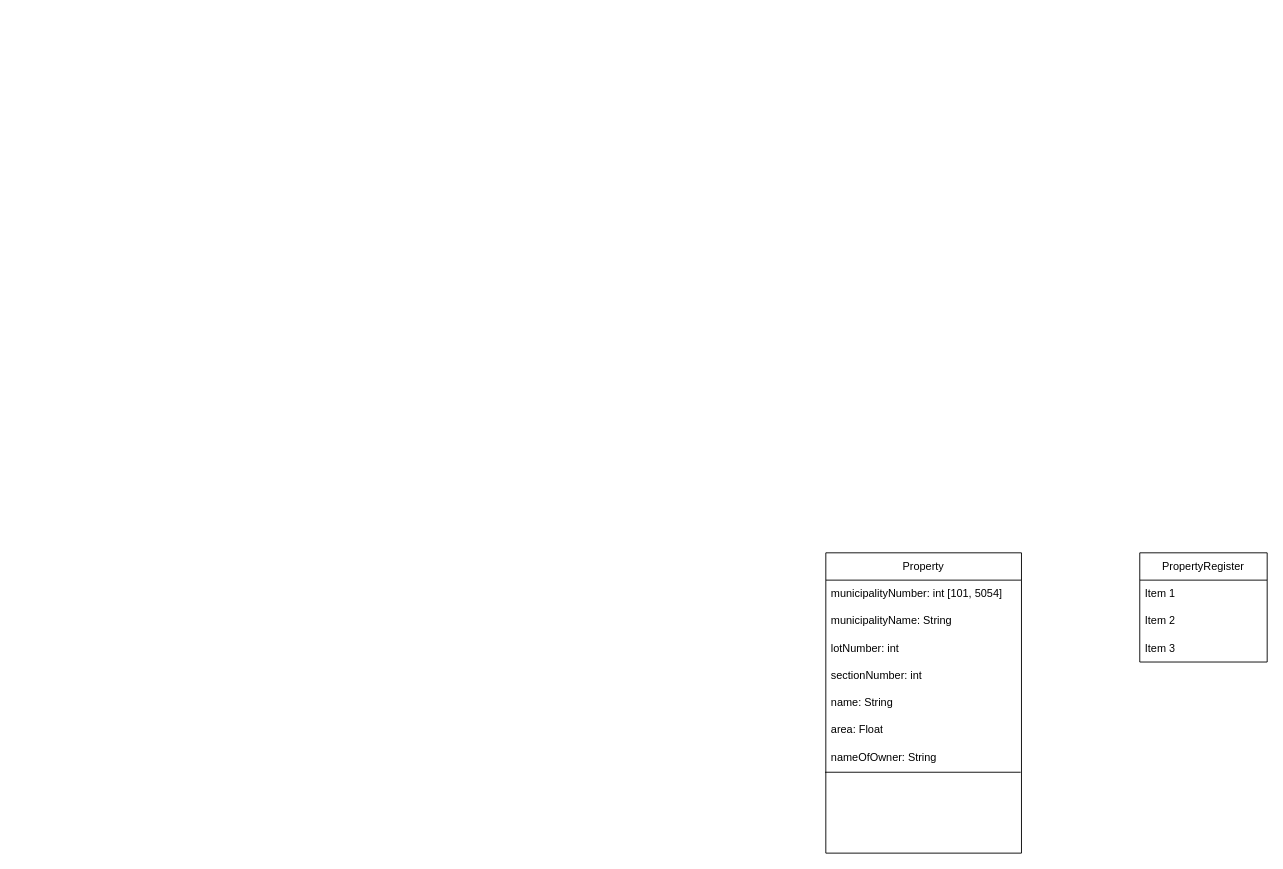
Earlier version of the draw.io diagram Oving_11/property.drawio (jhub04/Ovinger-IDATT1003). Source tidied: cells renumbered, new cells numbered last; positions are measured from the earlier drawing's top-left corner, leaving out a move shared by most shapes. Both pictures are drawn from the tidied source at 91%, with x=0, y=0 at pixel (825, 552).
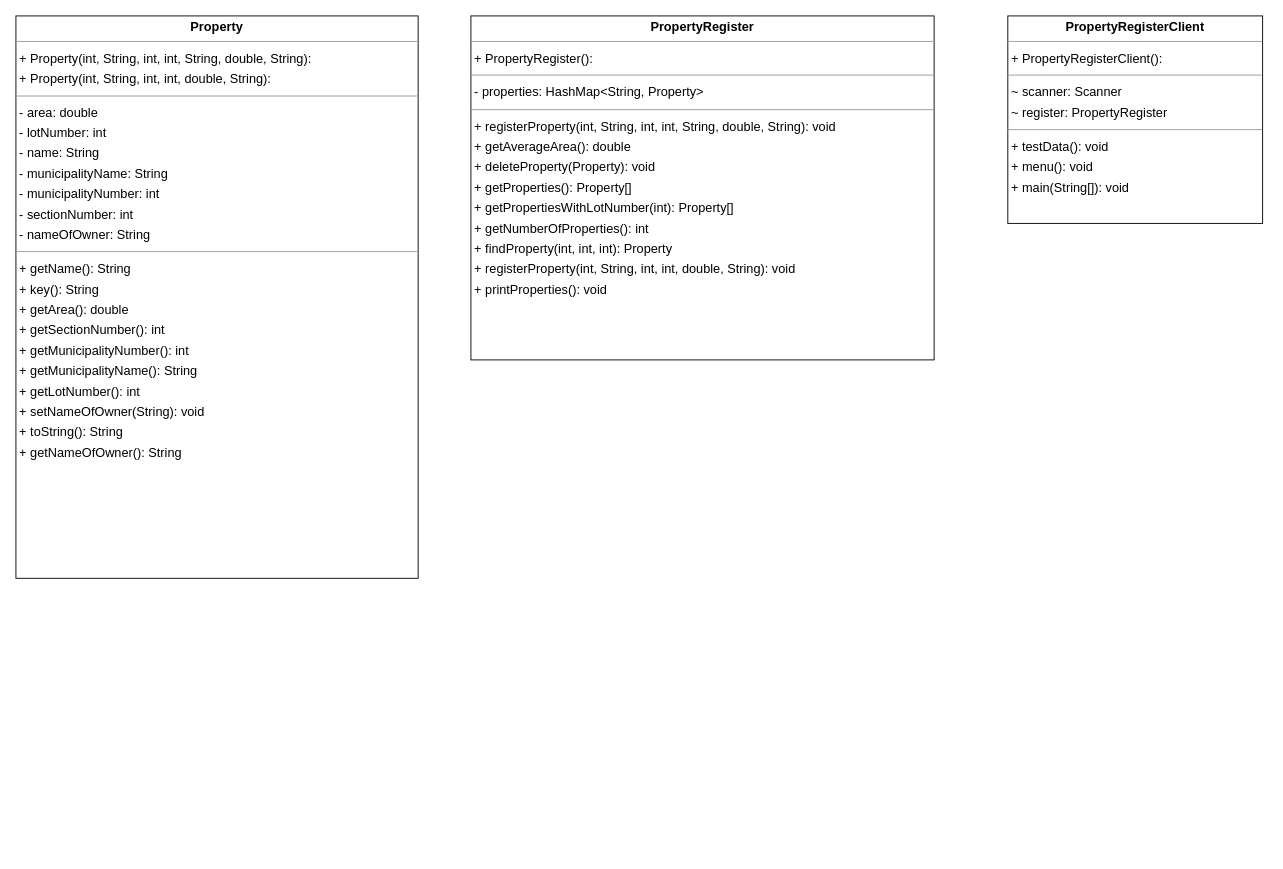
Above is the later version.

Change to the diagram source:
```diff
@@
 <mxGraphModel>
   <root>
     <mxCell id="0" />
     <mxCell id="1" parent="0" />
-    <mxCell id="2" value="Property" style="swimlane;fontStyle=0;horizontal=1;startSize=30;whiteSpace=wrap;html=1;" parent="1" vertex="1">
-      <mxGeometry width="215" height="330" as="geometry" />
-    </mxCell>
-    <mxCell id="3" value="municipalityNumber: int [101, 5054]" style="text;strokeColor=none;fillColor=none;align=left;verticalAlign=middle;spacingLeft=4;spacingRight=4;overflow=hidden;whiteSpace=wrap;html=1;" parent="2" vertex="1">
-      <mxGeometry y="30" width="215" height="30" as="geometry" />
-    </mxCell>
-    <mxCell id="4" value="municipalityName: String" style="text;strokeColor=none;fillColor=none;align=left;verticalAlign=middle;spacingLeft=4;spacingRight=4;overflow=hidden;whiteSpace=wrap;html=1;" parent="2" vertex="1">
-      <mxGeometry y="60" width="215" height="30" as="geometry" />
-    </mxCell>
-    <mxCell id="5" value="lotNumber: int" style="text;strokeColor=none;fillColor=none;align=left;verticalAlign=middle;spacingLeft=4;spacingRight=4;overflow=hidden;whiteSpace=wrap;html=1;" parent="2" vertex="1">
-      <mxGeometry y="90" width="215" height="30" as="geometry" />
-    </mxCell>
-    <mxCell id="6" value="sectionNumber: int" style="text;strokeColor=none;fillColor=none;align=left;verticalAlign=middle;spacingLeft=4;spacingRight=4;overflow=hidden;whiteSpace=wrap;html=1;" parent="2" vertex="1">
-      <mxGeometry y="120" width="215" height="30" as="geometry" />
-    </mxCell>
-    <mxCell id="7" value="name: String" style="text;strokeColor=none;fillColor=none;align=left;verticalAlign=middle;spacingLeft=4;spacingRight=4;overflow=hidden;whiteSpace=wrap;html=1;" parent="2" vertex="1">
-      <mxGeometry y="150" width="215" height="30" as="geometry" />
-    </mxCell>
-    <mxCell id="8" value="area: Float" style="text;strokeColor=none;fillColor=none;align=left;verticalAlign=middle;spacingLeft=4;spacingRight=4;overflow=hidden;whiteSpace=wrap;html=1;" parent="2" vertex="1">
-      <mxGeometry y="180" width="215" height="30" as="geometry" />
-    </mxCell>
-    <mxCell id="9" style="endArrow=none;html=1;rounded=0;entryX=0.996;entryY=0.037;entryDx=0;entryDy=0;entryPerimeter=0;exitX=-0.004;exitY=0.037;exitDx=0;exitDy=0;exitPerimeter=0;" parent="2" edge="1" source="11" target="11">
-      <mxGeometry relative="1" as="geometry" />
-    </mxCell>
-    <mxCell id="10" value="nameOfOwner: String" style="text;strokeColor=none;fillColor=none;align=left;verticalAlign=middle;spacingLeft=4;spacingRight=4;overflow=hidden;whiteSpace=wrap;html=1;" parent="2" vertex="1">
-      <mxGeometry y="210" width="215" height="30" as="geometry" />
-    </mxCell>
-    <mxCell id="11" style="text;strokeColor=none;fillColor=none;align=left;verticalAlign=middle;spacingLeft=4;spacingRight=4;overflow=hidden;points=[[0,0.5],[1,0.5]];portConstraint=eastwest;whiteSpace=wrap;html=1;" parent="2" vertex="1">
-      <mxGeometry y="240" width="215" height="30" as="geometry" />
-    </mxCell>
-    <mxCell id="12" style="text;strokeColor=none;fillColor=none;align=left;verticalAlign=middle;spacingLeft=4;spacingRight=4;overflow=hidden;whiteSpace=wrap;html=1;" parent="2" vertex="1">
-      <mxGeometry y="270" width="215" height="30" as="geometry" />
-    </mxCell>
-    <mxCell id="13" style="text;strokeColor=none;fillColor=none;align=left;verticalAlign=middle;spacingLeft=4;spacingRight=4;overflow=hidden;whiteSpace=wrap;html=1;" parent="2" vertex="1">
-      <mxGeometry y="300" width="215" height="30" as="geometry" />
-    </mxCell>
-    <mxCell id="14" value="PropertyRegister" style="swimlane;fontStyle=0;horizontal=1;startSize=30;whiteSpace=wrap;html=1;" parent="1" vertex="1">
-      <mxGeometry x="345" width="140" height="120" as="geometry" />
-    </mxCell>
-    <mxCell id="15" value="Item 1" style="text;strokeColor=none;fillColor=none;align=left;verticalAlign=middle;spacingLeft=4;spacingRight=4;overflow=hidden;whiteSpace=wrap;html=1;" parent="14" vertex="1">
-      <mxGeometry y="30" width="140" height="30" as="geometry" />
-    </mxCell>
-    <mxCell id="16" value="Item 2" style="text;strokeColor=none;fillColor=none;align=left;verticalAlign=middle;spacingLeft=4;spacingRight=4;overflow=hidden;whiteSpace=wrap;html=1;" parent="14" vertex="1">
-      <mxGeometry y="60" width="140" height="30" as="geometry" />
-    </mxCell>
-    <mxCell id="17" value="Item 3" style="text;strokeColor=none;fillColor=none;align=left;verticalAlign=middle;spacingLeft=4;spacingRight=4;overflow=hidden;whiteSpace=wrap;html=1;" parent="14" vertex="1">
-      <mxGeometry y="90" width="140" height="30" as="geometry" />
-    </mxCell>
+    <mxCell id="18" value="&lt;p style=&quot;margin:0px;margin-top:4px;text-align:center;&quot;&gt;&lt;b&gt;Property&lt;/b&gt;&lt;/p&gt;&lt;hr size=&quot;1&quot;/&gt;&lt;p style=&quot;margin:0 0 0 4px;line-height:1.6;&quot;&gt;+ Property(int, String, int, int, String, double, String): &lt;br/&gt;+ Property(int, String, int, int, double, String): &lt;/p&gt;&lt;hr size=&quot;1&quot;/&gt;&lt;p style=&quot;margin:0 0 0 4px;line-height:1.6;&quot;&gt;- area: double&lt;br/&gt;- lotNumber: int&lt;br/&gt;- name: String&lt;br/&gt;- municipalityName: String&lt;br/&gt;- municipalityNumber: int&lt;br/&gt;- sectionNumber: int&lt;br/&gt;- nameOfOwner: String&lt;/p&gt;&lt;hr size=&quot;1&quot;/&gt;&lt;p style=&quot;margin:0 0 0 4px;line-height:1.6;&quot;&gt;+ getName(): String&lt;br/&gt;+ key(): String&lt;br/&gt;+ getArea(): double&lt;br/&gt;+ getSectionNumber(): int&lt;br/&gt;+ getMunicipalityNumber(): int&lt;br/&gt;+ getMunicipalityName(): String&lt;br/&gt;+ getLotNumber(): int&lt;br/&gt;+ setNameOfOwner(String): void&lt;br/&gt;+ toString(): String&lt;br/&gt;+ getNameOfOwner(): String&lt;/p&gt;" style="verticalAlign=top;align=left;overflow=fill;fontSize=14;fontFamily=Helvetica;html=1;rounded=0;shadow=0;comic=0;labelBackgroundColor=none;strokeWidth=1;" parent="1" vertex="1">
+      <mxGeometry x="-890" y="-590" width="442" height="618" as="geometry" />
+    </mxCell>
+    <mxCell id="19" value="&lt;p style=&quot;margin:0px;margin-top:4px;text-align:center;&quot;&gt;&lt;b&gt;PropertyRegister&lt;/b&gt;&lt;/p&gt;&lt;hr size=&quot;1&quot;/&gt;&lt;p style=&quot;margin:0 0 0 4px;line-height:1.6;&quot;&gt;+ PropertyRegister(): &lt;/p&gt;&lt;hr size=&quot;1&quot;/&gt;&lt;p style=&quot;margin:0 0 0 4px;line-height:1.6;&quot;&gt;- properties: HashMap&amp;lt;String, Property&amp;gt;&lt;/p&gt;&lt;hr size=&quot;1&quot;/&gt;&lt;p style=&quot;margin:0 0 0 4px;line-height:1.6;&quot;&gt;+ registerProperty(int, String, int, int, String, double, String): void&lt;br/&gt;+ getAverageArea(): double&lt;br/&gt;+ deleteProperty(Property): void&lt;br/&gt;+ getProperties(): Property[]&lt;br/&gt;+ getPropertiesWithLotNumber(int): Property[]&lt;br/&gt;+ getNumberOfProperties(): int&lt;br/&gt;+ findProperty(int, int, int): Property&lt;br/&gt;+ registerProperty(int, String, int, int, double, String): void&lt;br/&gt;+ printProperties(): void&lt;/p&gt;" style="verticalAlign=top;align=left;overflow=fill;fontSize=14;fontFamily=Helvetica;html=1;rounded=0;shadow=0;comic=0;labelBackgroundColor=none;strokeWidth=1;" parent="1" vertex="1">
+      <mxGeometry x="-390" y="-590" width="509" height="378" as="geometry" />
+    </mxCell>
+    <mxCell id="20" value="&lt;p style=&quot;margin:0px;margin-top:4px;text-align:center;&quot;&gt;&lt;b&gt;PropertyRegisterClient&lt;/b&gt;&lt;/p&gt;&lt;hr size=&quot;1&quot;/&gt;&lt;p style=&quot;margin:0 0 0 4px;line-height:1.6;&quot;&gt;+ PropertyRegisterClient(): &lt;/p&gt;&lt;hr size=&quot;1&quot;/&gt;&lt;p style=&quot;margin:0 0 0 4px;line-height:1.6;&quot;&gt;~ scanner: Scanner&lt;br/&gt;~ register: PropertyRegister&lt;/p&gt;&lt;hr size=&quot;1&quot;/&gt;&lt;p style=&quot;margin:0 0 0 4px;line-height:1.6;&quot;&gt;+ testData(): void&lt;br/&gt;+ menu(): void&lt;br/&gt;+ main(String[]): void&lt;/p&gt;" style="verticalAlign=top;align=left;overflow=fill;fontSize=14;fontFamily=Helvetica;html=1;rounded=0;shadow=0;comic=0;labelBackgroundColor=none;strokeWidth=1;" parent="1" vertex="1">
+      <mxGeometry x="200" y="-590" width="280" height="228" as="geometry" />
+    </mxCell>
   </root>
 </mxGraphModel>
```
